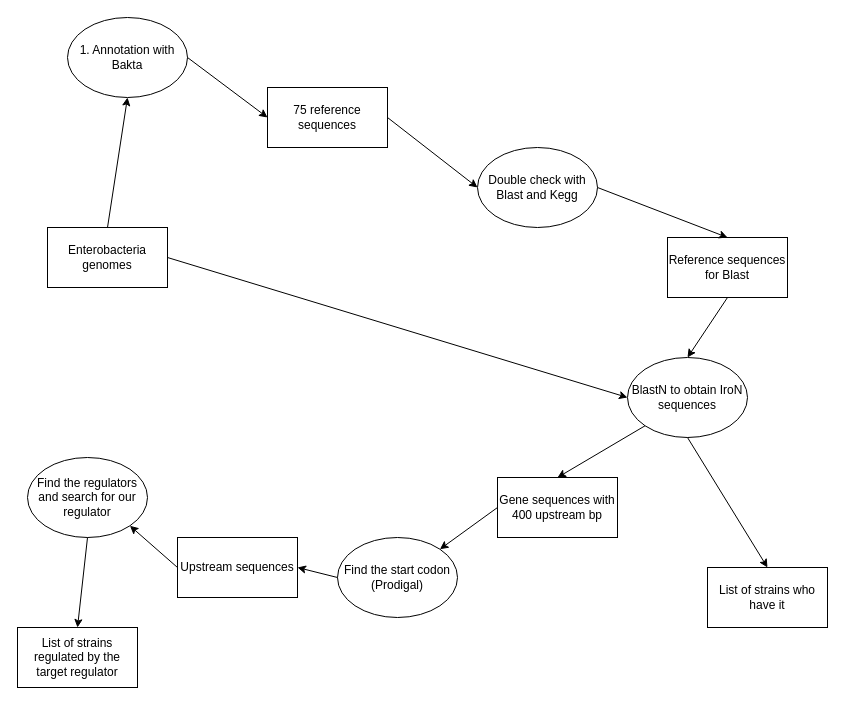
This is IroN-project.drawio from Eugenio-Molphe/IroN-project, a draw.io file, before an edit. Source tidied: cells renumbered, new cells numbered last; positions are measured from the earlier drawing's top-left corner, leaving out a move shared by most shapes. Both pictures are drawn from the tidied source at 100%, with x=0, y=0 at pixel (17, 17).
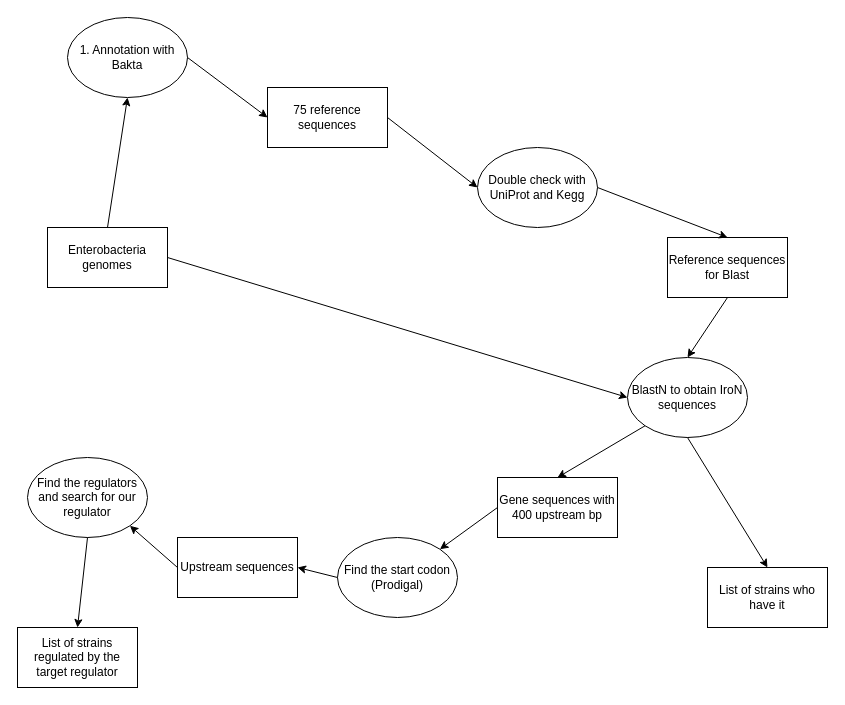
Above is the later version.

What changed in the source:
```diff
@@
-    <mxCell id="5" value="Double check with Blast and Kegg" style="ellipse;whiteSpace=wrap;html=1;" parent="1" vertex="1">
+    <mxCell id="5" value="Double check with UniProt and Kegg" style="ellipse;whiteSpace=wrap;html=1;" parent="1" vertex="1">
       <mxGeometry x="460" y="130" width="120" height="80" as="geometry" />
     </mxCell>
```
